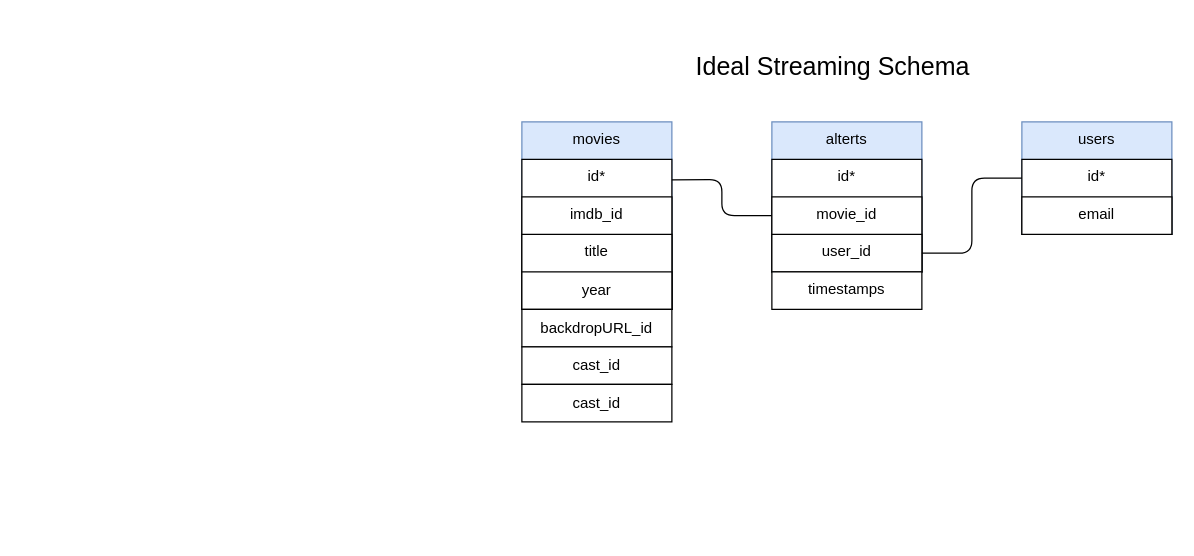
setlock10/ideal-streaming keeps this draw.io diagram as backend.drawio. Above is the earlier version. Source tidied: cells renumbered, new cells numbered last; positions are measured from the earlier drawing's top-left corner, leaving out a move shared by most shapes. Both pictures are drawn from the tidied source at 125%, with x=0, y=0 at pixel (521, 46).
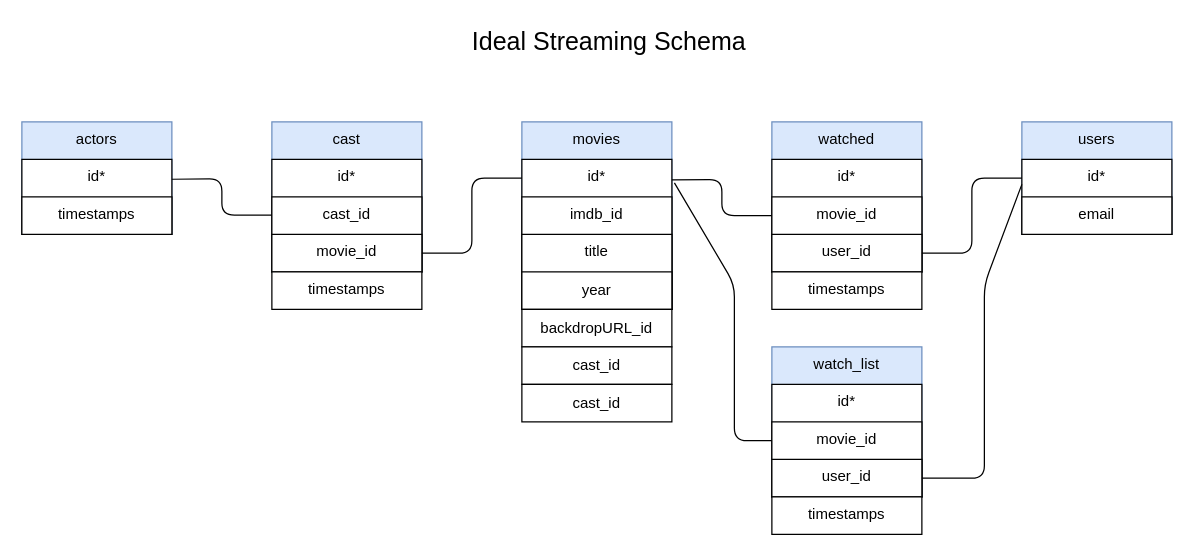
The same page after the edit.

The change refers to these unchanged cells:
```xml
<mxCell id="3" value="id*" style="rounded=0;whiteSpace=wrap;html=1;verticalAlign=top;" parent="1" vertex="1">
  <mxGeometry y="90" width="120" height="120" as="geometry" />
</mxCell>
```

Change to the diagram source:
```diff
@@
-    <mxCell id="7" value="alterts" style="rounded=0;whiteSpace=wrap;html=1;verticalAlign=top;fillColor=#dae8fc;strokeColor=#6c8ebf;fontColor=#000000;" parent="1" vertex="1">
+    <mxCell id="7" value="watched" style="rounded=0;whiteSpace=wrap;html=1;verticalAlign=top;fillColor=#dae8fc;strokeColor=#6c8ebf;fontColor=#000000;" parent="1" vertex="1">
       <mxGeometry x="200" y="60" width="120" height="120" as="geometry" />
     </mxCell>
@@
     <mxCell id="16" value="Ideal Streaming Schema" style="text;html=1;strokeColor=none;fillColor=none;align=center;verticalAlign=middle;whiteSpace=wrap;rounded=0;fontSize=20;" parent="1" vertex="1">
-      <mxGeometry x="59" width="380" height="30" as="geometry" />
+      <mxGeometry x="-120" y="-20" width="380" height="30" as="geometry" />
     </mxCell>
@@
+    <mxCell id="21" value="watch_list" style="rounded=0;whiteSpace=wrap;html=1;verticalAlign=top;fillColor=#dae8fc;strokeColor=#6c8ebf;fontColor=#000000;" parent="1" vertex="1">
+      <mxGeometry x="200" y="240" width="120" height="120" as="geometry" />
+    </mxCell>
+    <mxCell id="22" value="id*" style="rounded=0;whiteSpace=wrap;html=1;verticalAlign=top;" parent="1" vertex="1">
+      <mxGeometry x="200" y="270" width="120" height="90" as="geometry" />
+    </mxCell>
+    <mxCell id="23" value="movie_id" style="rounded=0;whiteSpace=wrap;html=1;verticalAlign=top;" parent="1" vertex="1">
+      <mxGeometry x="200" y="300" width="120" height="60" as="geometry" />
+    </mxCell>
+    <mxCell id="24" value="user_id" style="rounded=0;whiteSpace=wrap;html=1;verticalAlign=top;" parent="1" vertex="1">
+      <mxGeometry x="200" y="330" width="120" height="30" as="geometry" />
+    </mxCell>
+    <mxCell id="25" value="timestamps" style="rounded=0;whiteSpace=wrap;html=1;verticalAlign=top;" parent="1" vertex="1">
+      <mxGeometry x="200" y="360" width="120" height="30" as="geometry" />
+    </mxCell>
+    <mxCell id="26" style="endArrow=none;html=1;fontColor=#000000;exitX=1;exitY=0.5;exitDx=0;exitDy=0;" parent="1" edge="1" source="24">
+      <mxGeometry relative="1" as="geometry">
+        <mxPoint x="400" y="110" as="targetPoint" />
+        <Array as="points">
+          <mxPoint x="370" y="345" />
+          <mxPoint x="370" y="190" />
+        </Array>
+      </mxGeometry>
+    </mxCell>
+    <mxCell id="27" style="endArrow=none;html=1;fontColor=#000000;entryX=0;entryY=0.25;entryDx=0;entryDy=0;exitX=1.017;exitY=0.157;exitDx=0;exitDy=0;exitPerimeter=0;" parent="1" edge="1" source="3" target="23">
+      <mxGeometry relative="1" as="geometry">
+        <Array as="points">
+          <mxPoint x="170" y="190" />
+          <mxPoint x="170" y="315" />
+        </Array>
+      </mxGeometry>
+    </mxCell>
+    <mxCell id="28" value="actors" style="rounded=0;whiteSpace=wrap;html=1;verticalAlign=top;fillColor=#dae8fc;strokeColor=#6c8ebf;fontColor=#000000;" parent="1" vertex="1">
+      <mxGeometry x="-400" y="60" width="120" height="90" as="geometry" />
+    </mxCell>
+    <mxCell id="29" value="id*" style="rounded=0;whiteSpace=wrap;html=1;verticalAlign=top;" parent="1" vertex="1">
+      <mxGeometry x="-400" y="90" width="120" height="60" as="geometry" />
+    </mxCell>
+    <mxCell id="30" value="timestamps" style="rounded=0;whiteSpace=wrap;html=1;verticalAlign=top;" parent="1" vertex="1">
+      <mxGeometry x="-400" y="120" width="120" height="30" as="geometry" />
+    </mxCell>
+    <mxCell id="31" value="cast" style="rounded=0;whiteSpace=wrap;html=1;verticalAlign=top;fillColor=#dae8fc;strokeColor=#6c8ebf;fontColor=#000000;" parent="1" vertex="1">
+      <mxGeometry x="-200" y="60" width="120" height="120" as="geometry" />
+    </mxCell>
+    <mxCell id="32" value="id*" style="rounded=0;whiteSpace=wrap;html=1;verticalAlign=top;" parent="1" vertex="1">
+      <mxGeometry x="-200" y="90" width="120" height="90" as="geometry" />
+    </mxCell>
+    <mxCell id="33" value="cast_id" style="rounded=0;whiteSpace=wrap;html=1;verticalAlign=top;" parent="1" vertex="1">
+      <mxGeometry x="-200" y="120" width="120" height="60" as="geometry" />
+    </mxCell>
+    <mxCell id="34" value="movie_id" style="rounded=0;whiteSpace=wrap;html=1;verticalAlign=top;" parent="1" vertex="1">
+      <mxGeometry x="-200" y="150" width="120" height="30" as="geometry" />
+    </mxCell>
+    <mxCell id="35" value="timestamps" style="rounded=0;whiteSpace=wrap;html=1;verticalAlign=top;" parent="1" vertex="1">
+      <mxGeometry x="-200" y="180" width="120" height="30" as="geometry" />
+    </mxCell>
+    <mxCell id="36" style="endArrow=none;html=1;fontColor=#000000;entryX=0;entryY=0.25;entryDx=0;entryDy=0;exitX=1;exitY=0.137;exitDx=0;exitDy=0;exitPerimeter=0;" parent="1" edge="1">
+      <mxGeometry relative="1" as="geometry">
+        <mxPoint x="-280" y="105.9" as="sourcePoint" />
+        <mxPoint x="-200" y="134.5" as="targetPoint" />
+        <Array as="points">
+          <mxPoint x="-240" y="105.5" />
+          <mxPoint x="-240" y="134.5" />
+        </Array>
+      </mxGeometry>
+    </mxCell>
+    <mxCell id="37" style="endArrow=none;html=1;fontColor=#000000;entryX=0;entryY=0.25;entryDx=0;entryDy=0;exitX=1;exitY=0.5;exitDx=0;exitDy=0;" parent="1" edge="1">
+      <mxGeometry relative="1" as="geometry">
+        <mxPoint x="-80" y="165" as="sourcePoint" />
+        <mxPoint y="105" as="targetPoint" />
+        <Array as="points">
+          <mxPoint x="-40" y="165" />
+          <mxPoint x="-40" y="105" />
+        </Array>
+      </mxGeometry>
+    </mxCell>
```
